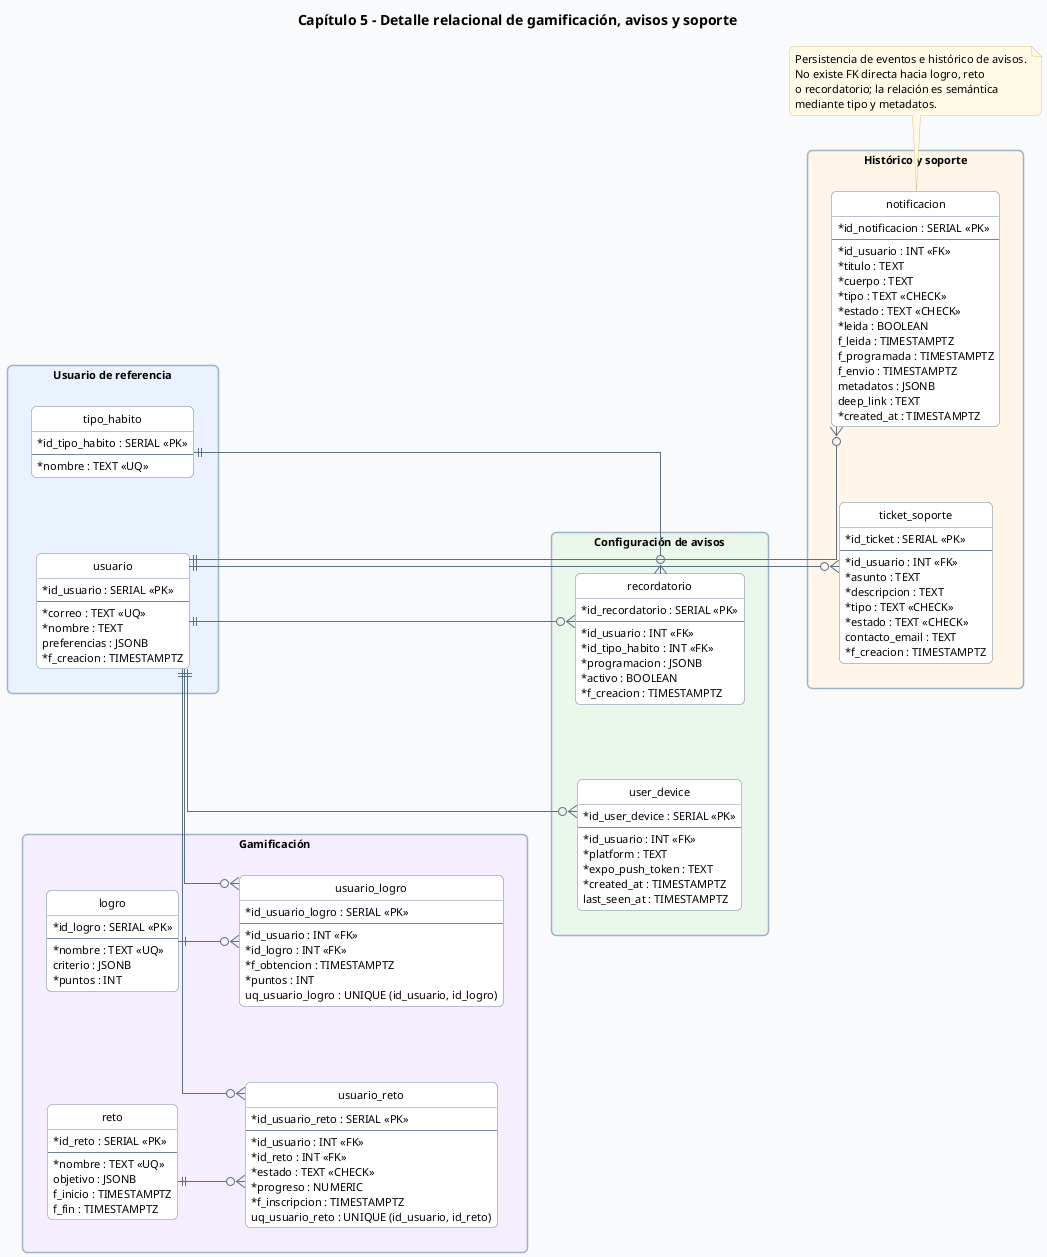
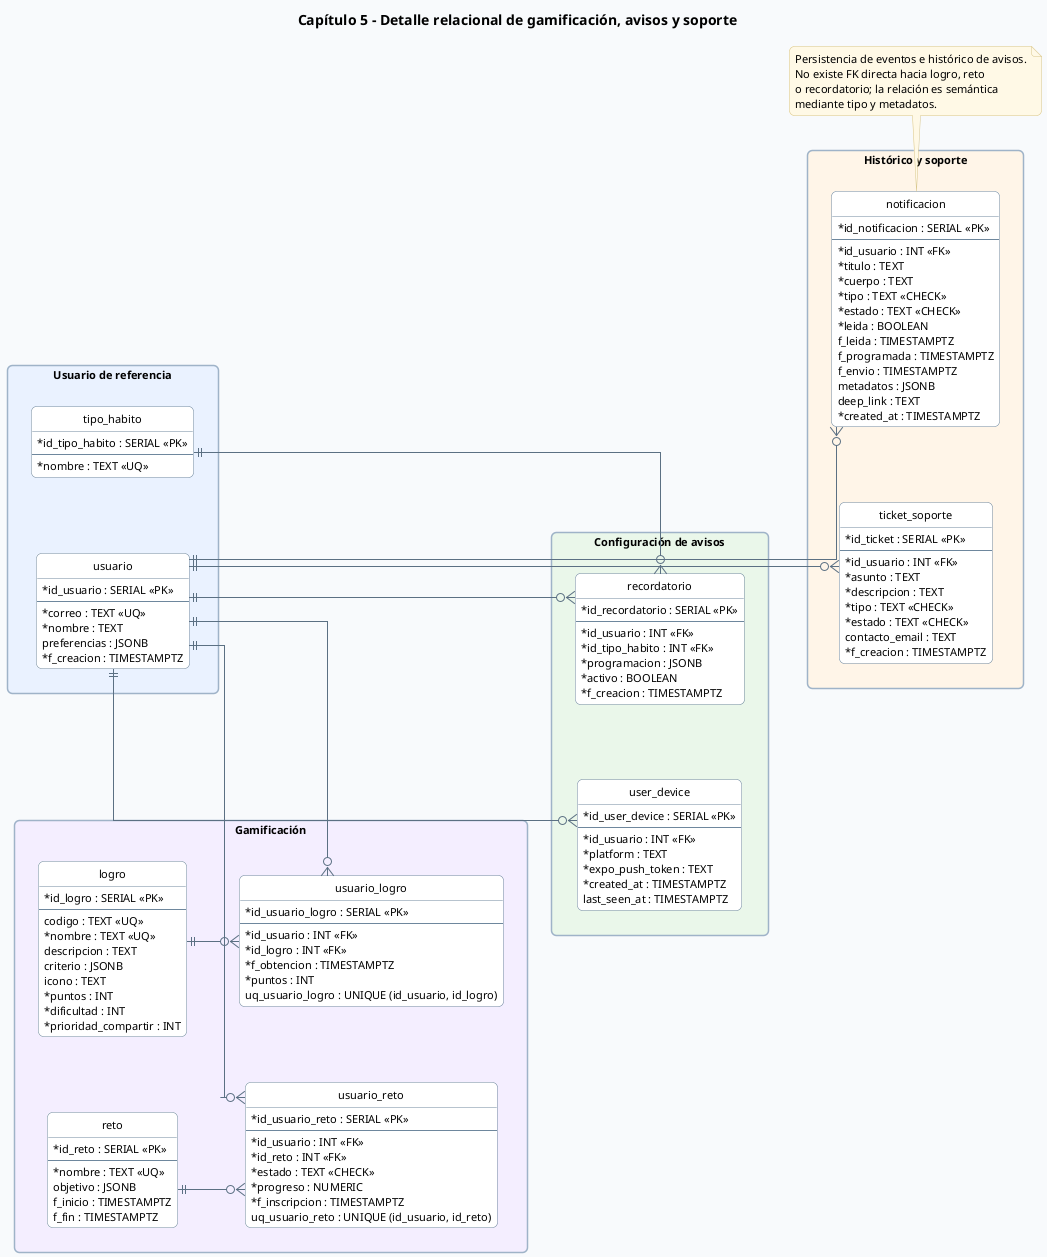
@startuml
hide circle
hide methods
hide stereotypes

skinparam backgroundColor #F8FAFC
skinparam shadowing false
skinparam roundcorner 10
skinparam defaultFontName Segoe UI
skinparam defaultFontSize 11
skinparam ArrowColor #5B7083
skinparam ArrowThickness 1
skinparam packageStyle rectangle
skinparam packageBorderColor #9FB3C8
skinparam classBackgroundColor #FFFFFF
skinparam classBorderColor #6E879D
skinparam noteBackgroundColor #FFF9E6
skinparam noteBorderColor #D7C58A
skinparam classAttributeIconSize 0
skinparam linetype ortho
skinparam nodesep 75
skinparam ranksep 45

title Capítulo 5 - Detalle relacional de gamificación, avisos y soporte

left to right direction

package "Usuario de referencia" #EAF2FF {
  together {
    entity "usuario" as usuario {
      * id_usuario : SERIAL <<PK>>
      --
      * correo : TEXT <<UQ>>
      * nombre : TEXT
      preferencias : JSONB
      * f_creacion : TIMESTAMPTZ
    }

    entity "tipo_habito" as tipo_habito {
      * id_tipo_habito : SERIAL <<PK>>
      --
      * nombre : TEXT <<UQ>>
    }
  }
}

package "Gamificación" #F4EEFF {
  together {
    entity "logro" as logro {
      * id_logro : SERIAL <<PK>>
      --
+       codigo : TEXT <<UQ>>
      * nombre : TEXT <<UQ>>
+       descripcion : TEXT
      criterio : JSONB
+       icono : TEXT
      * puntos : INT
+       * dificultad : INT
+       * prioridad_compartir : INT
    }

    entity "usuario_logro" as usuario_logro {
      * id_usuario_logro : SERIAL <<PK>>
      --
      * id_usuario : INT <<FK>>
      * id_logro : INT <<FK>>
      * f_obtencion : TIMESTAMPTZ
      * puntos : INT
      uq_usuario_logro : UNIQUE (id_usuario, id_logro)
    }

    entity "reto" as reto {
      * id_reto : SERIAL <<PK>>
      --
      * nombre : TEXT <<UQ>>
      objetivo : JSONB
      f_inicio : TIMESTAMPTZ
      f_fin : TIMESTAMPTZ
    }

    entity "usuario_reto" as usuario_reto {
      * id_usuario_reto : SERIAL <<PK>>
      --
      * id_usuario : INT <<FK>>
      * id_reto : INT <<FK>>
      * estado : TEXT <<CHECK>>
      * progreso : NUMERIC
      * f_inscripcion : TIMESTAMPTZ
      uq_usuario_reto : UNIQUE (id_usuario, id_reto)
    }
  }
}

package "Configuración de avisos" #EAF7EA {
  together {
    entity "recordatorio" as recordatorio {
      * id_recordatorio : SERIAL <<PK>>
      --
      * id_usuario : INT <<FK>>
      * id_tipo_habito : INT <<FK>>
      * programacion : JSONB
      * activo : BOOLEAN
      * f_creacion : TIMESTAMPTZ
    }

    entity "user_device" as user_device {
      * id_user_device : SERIAL <<PK>>
      --
      * id_usuario : INT <<FK>>
      * platform : TEXT
      * expo_push_token : TEXT
      * created_at : TIMESTAMPTZ
      last_seen_at : TIMESTAMPTZ
    }
  }
}

package "Histórico y soporte" #FFF5E8 {
  together {
    entity "notificacion" as notificacion {
      * id_notificacion : SERIAL <<PK>>
      --
      * id_usuario : INT <<FK>>
      * titulo : TEXT
      * cuerpo : TEXT
      * tipo : TEXT <<CHECK>>
      * estado : TEXT <<CHECK>>
      * leida : BOOLEAN
      f_leida : TIMESTAMPTZ
      f_programada : TIMESTAMPTZ
      f_envio : TIMESTAMPTZ
      metadatos : JSONB
      deep_link : TEXT
      * created_at : TIMESTAMPTZ
    }

    entity "ticket_soporte" as ticket_soporte {
      * id_ticket : SERIAL <<PK>>
      --
      * id_usuario : INT <<FK>>
      * asunto : TEXT
      * descripcion : TEXT
      * tipo : TEXT <<CHECK>>
      * estado : TEXT <<CHECK>>
      contacto_email : TEXT
      * f_creacion : TIMESTAMPTZ
    }
  }
}

usuario ||--o{ usuario_logro
logro ||--o{ usuario_logro
usuario ||--o{ usuario_reto
reto ||--o{ usuario_reto
usuario ||--o{ recordatorio
tipo_habito ||--o{ recordatorio
usuario ||--o{ user_device
usuario ||--o{ notificacion
usuario ||--o{ ticket_soporte

usuario_logro -[hidden]-> recordatorio
reto -[hidden]-> user_device
recordatorio -[hidden]-> ticket_soporte

note bottom of notificacion
Persistencia de eventos e histórico de avisos.
No existe FK directa hacia logro, reto
o recordatorio; la relación es semántica
mediante tipo y metadatos.
end note

@enduml
